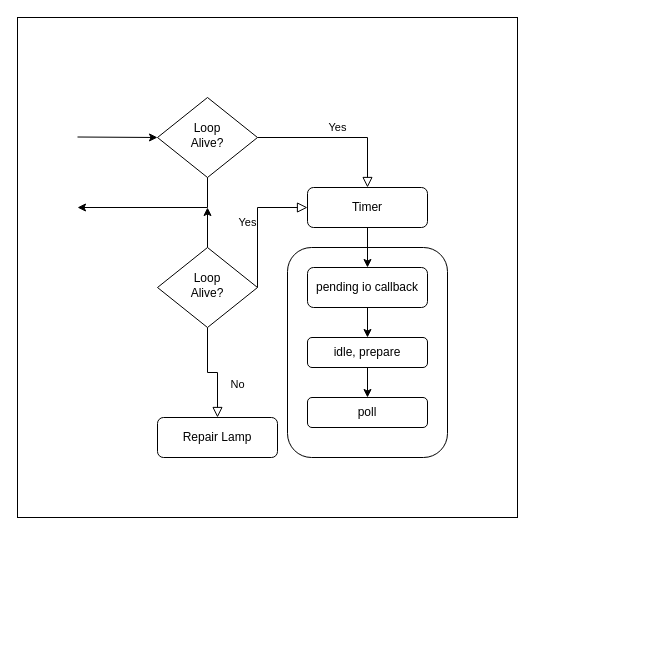
Above: Untitled Diagram.drawio in tamnk74/blog (draw.io), before the change. Source tidied: cells renumbered, new cells numbered last; positions are measured from the earlier drawing's top-left corner, leaving out a move shared by most shapes. Both pictures are drawn from the tidied source at 100%, with x=0, y=0 at pixel (17, 17).
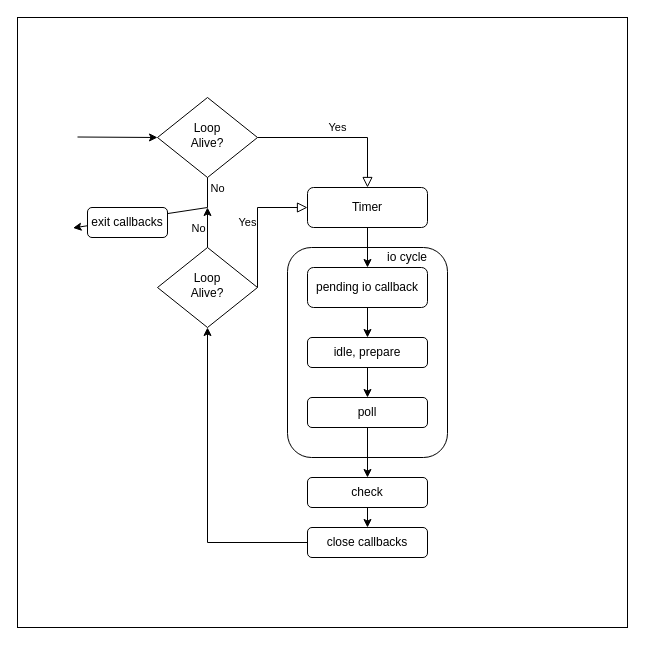
The same page after the edit.

Commit message:
nodejs architecture

The change refers to these unchanged cells:
```xml
<mxCell id="4" value="Loop&lt;br&gt;Alive?" style="rhombus;whiteSpace=wrap;html=1;shadow=0;fontFamily=Helvetica;fontSize=12;align=center;strokeWidth=1;spacing=6;spacingTop=-4;" parent="1" vertex="1">
  <mxGeometry x="140" y="80" width="100" height="80" as="geometry" />
</mxCell>
<mxCell id="9" value="Loop&lt;br&gt;Alive?" style="rhombus;whiteSpace=wrap;html=1;shadow=0;fontFamily=Helvetica;fontSize=12;align=center;strokeWidth=1;spacing=6;spacingTop=-4;" parent="1" vertex="1">
  <mxGeometry x="140" y="230" width="100" height="80" as="geometry" />
</mxCell>
<mxCell id="16" style="endArrow=classic;html=1;rounded=0;exitX=0.5;exitY=0;exitDx=0;exitDy=0;" parent="1" edge="1" source="9">
  <mxGeometry relative="1" as="geometry">
    <mxPoint x="190" y="190" as="targetPoint" />
  </mxGeometry>
</mxCell>
<mxCell id="18" value="poll" style="rounded=1;whiteSpace=wrap;html=1;fontSize=12;glass=0;strokeWidth=1;shadow=0;" parent="1" vertex="1">
  <mxGeometry x="290" y="380" width="120" height="30" as="geometry" />
</mxCell>
```

The edit, as a diff of the source:
```diff
@@
     <mxCell id="2" style="whiteSpace=wrap;html=1;" parent="1" vertex="1">
-      <mxGeometry width="500" height="500" as="geometry" />
+      <mxGeometry width="610" height="610" as="geometry" />
     </mxCell>
@@
-    <mxCell id="7" value="No" style="rounded=0;html=1;jettySize=auto;fontSize=11;endArrow=block;endFill=0;endSize=8;strokeWidth=1;shadow=0;labelBackgroundColor=none;edgeStyle=orthogonalEdgeStyle;" parent="1" edge="1" source="9" target="10">
-      <mxGeometry x="0.33" y="20" relative="1" as="geometry" />
-    </mxCell>
@@
-    <mxCell id="10" value="Repair Lamp" style="rounded=1;whiteSpace=wrap;html=1;fontSize=12;glass=0;strokeWidth=1;shadow=0;" parent="1" vertex="1">
-      <mxGeometry x="140" y="400" width="120" height="40" as="geometry" />
-    </mxCell>
@@
-    <mxCell id="15" style="endArrow=classic;html=1;rounded=0;exitX=0.5;exitY=1;exitDx=0;exitDy=0;entryX=0.12;entryY=0.38;entryDx=0;entryDy=0;entryPerimeter=0;" parent="1" edge="1" source="4" target="2">
-      <mxGeometry relative="1" as="geometry">
+    <mxCell id="15" value="No" style="endArrow=classic;html=1;rounded=0;exitX=0.5;exitY=1;exitDx=0;exitDy=0;entryX=0.091;entryY=0.345;entryDx=0;entryDy=0;entryPerimeter=0;" parent="1" edge="1" source="4" target="2">
+      <mxGeometry x="-0.87" y="10" relative="1" as="geometry">
         <Array as="points">
           <mxPoint x="190" y="190" />
         </Array>
       </mxGeometry>
     </mxCell>
@@
+    <mxCell id="7" value="No" style="edgeLabel;html=1;align=center;verticalAlign=middle;" parent="16" vertex="1">
+      <mxGeometry x="-0.05" y="2" relative="1" as="geometry">
+        <mxPoint x="-8" y="-1" as="offset" />
+      </mxGeometry>
+    </mxCell>
@@
+    <mxCell id="20" value="io cycle" style="text;html=1;strokeColor=none;fillColor=none;align=center;verticalAlign=middle;whiteSpace=wrap;rounded=0;" parent="1" vertex="1">
+      <mxGeometry x="360" y="230" width="60" height="20" as="geometry" />
+    </mxCell>
+    <mxCell id="21" value="exit callbacks" style="rounded=1;whiteSpace=wrap;html=1;fontSize=12;glass=0;strokeWidth=1;shadow=0;" parent="1" vertex="1">
+      <mxGeometry x="70" y="190" width="80" height="30" as="geometry" />
+    </mxCell>
+    <mxCell id="22" value="check" style="rounded=1;whiteSpace=wrap;html=1;fontSize=12;glass=0;strokeWidth=1;shadow=0;" parent="1" vertex="1">
+      <mxGeometry x="290" y="460" width="120" height="30" as="geometry" />
+    </mxCell>
+    <mxCell id="23" style="endArrow=classic;html=1;rounded=0;exitX=0.5;exitY=1;exitDx=0;exitDy=0;entryX=0.5;entryY=0;entryDx=0;entryDy=0;" parent="1" edge="1" source="18" target="22">
+      <mxGeometry relative="1" as="geometry" />
+    </mxCell>
+    <mxCell id="24" value="close callbacks" style="rounded=1;whiteSpace=wrap;html=1;fontSize=12;glass=0;strokeWidth=1;shadow=0;" parent="1" vertex="1">
+      <mxGeometry x="290" y="510" width="120" height="30" as="geometry" />
+    </mxCell>
+    <mxCell id="25" style="endArrow=classic;html=1;rounded=0;exitX=0.5;exitY=1;exitDx=0;exitDy=0;entryX=0.5;entryY=0;entryDx=0;entryDy=0;" parent="1" edge="1" source="22" target="24">
+      <mxGeometry relative="1" as="geometry" />
+    </mxCell>
+    <mxCell id="26" style="endArrow=classic;html=1;rounded=0;exitX=0;exitY=0.5;exitDx=0;exitDy=0;entryX=0.5;entryY=1;entryDx=0;entryDy=0;" parent="1" edge="1" source="24" target="9">
+      <mxGeometry relative="1" as="geometry">
+        <Array as="points">
+          <mxPoint x="190" y="525" />
+        </Array>
+      </mxGeometry>
+    </mxCell>
```
